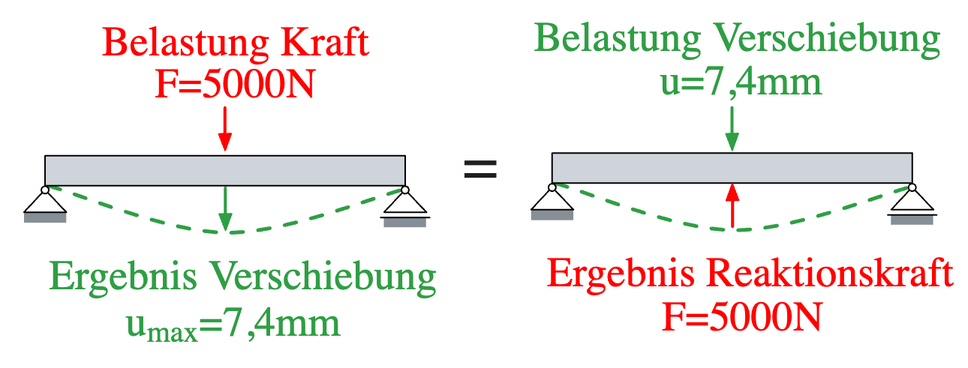
prof-schoenfelder-lab/Strukturmechanik keeps this Excalidraw diagram as docs/P2_Geometrie_Randbedingungen/03_Belastungen/images/Verschiebung_Kraft.excalidraw.png. Above is the earlier version. Source tidied: one line per element, renumbered; positions are measured from the earlier drawing's top-left corner, leaving out a move shared by most shapes. Source of this version:
```json
{"id": 0, "type": "line", "strokeColor": "#2f9e44", "strokeWidth": 2, "strokeStyle": "dashed", "roughness": 0, "round": true, "x": 23, "y": 114, "width": 237, "height": 31, "points": [[0, 0], [118, 31], [237, 2]]}
{"id": 1, "type": "rectangle", "strokeColor": "#000000", "backgroundColor": "#ced4da", "fillStyle": "solid", "strokeWidth": 1, "roughness": 0, "x": 20, "y": 94, "width": 240, "height": 20}
{"id": 2, "type": "rectangle", "strokeColor": "transparent", "strokeWidth": 1, "roughness": 0, "x": 20, "y": 54, "width": 240, "height": 40}
{"id": 3, "type": "rectangle", "strokeColor": "transparent", "strokeWidth": 0.5, "roughness": 0, "x": 20, "y": 134, "width": 240, "height": 60}
{"id": 4, "type": "rectangle", "strokeColor": "transparent", "strokeWidth": 0.5, "roughness": 0, "x": 20, "y": 13, "width": 240, "height": 60}
{"id": 5, "type": "rectangle", "strokeColor": "transparent", "strokeWidth": 1, "roughness": 0, "x": 260, "y": 114, "width": 20, "height": 40}
{"id": 6, "type": "rectangle", "strokeColor": "transparent", "strokeWidth": 1, "roughness": 0, "x": 240, "y": 134, "width": 40, "height": 20}
{"id": 7, "type": "rectangle", "strokeColor": "transparent", "backgroundColor": "#868e96", "fillStyle": "solid", "strokeWidth": 1, "roughness": 0, "x": 246, "y": 135, "width": 28, "height": 7}
{"id": 8, "type": "line", "strokeColor": "#000000", "backgroundColor": "white", "fillStyle": "solid", "strokeWidth": 1, "roughness": 0, "x": 244, "y": 135, "width": 33, "height": 0, "points": [[0, 0], [33, 0]]}
{"id": 9, "type": "line", "strokeColor": "#000000", "backgroundColor": "white", "fillStyle": "solid", "strokeWidth": 1, "roughness": 0, "x": 260, "y": 117, "width": 28, "height": 15, "points": [[0, 0], [14, 14], [-15, 14], [-1, 0]]}
{"id": 10, "type": "ellipse", "strokeColor": "#000000", "backgroundColor": "white", "fillStyle": "solid", "strokeWidth": 1, "roughness": 0, "x": 257, "y": 114, "width": 5, "height": 5}
{"id": 11, "type": "rectangle", "strokeColor": "transparent", "strokeWidth": 1, "roughness": 0, "x": 20, "y": 114, "width": 20, "height": 40}
{"id": 12, "type": "rectangle", "strokeColor": "transparent", "strokeWidth": 1, "roughness": 0, "x": 0, "y": 134, "width": 40, "height": 20}
{"id": 13, "type": "rectangle", "strokeColor": "transparent", "backgroundColor": "#868e96", "fillStyle": "solid", "strokeWidth": 1, "roughness": 0, "x": 6, "y": 132, "width": 28, "height": 7}
{"id": 14, "type": "line", "strokeColor": "#000000", "backgroundColor": "white", "fillStyle": "solid", "strokeWidth": 1, "roughness": 0, "x": 21, "y": 117, "width": 28, "height": 15, "points": [[0, 0], [14, 14], [-15, 14], [-1, 0]]}
{"id": 15, "type": "ellipse", "strokeColor": "#000000", "backgroundColor": "white", "fillStyle": "solid", "strokeWidth": 1, "roughness": 0, "x": 18, "y": 114, "width": 5, "height": 5}
{"id": 16, "type": "line", "strokeColor": "#ff0000", "angle": 6.28, "backgroundColor": "#868e96", "fillStyle": "solid", "strokeWidth": 2, "roughness": 0, "x": 140, "y": 62, "width": 0, "height": 18, "points": [[0, 0], [0, 18]]}
{"id": 17, "type": "line", "strokeColor": "#ff0000", "angle": 6.28, "backgroundColor": "#ff0000", "fillStyle": "solid", "strokeWidth": 1, "roughness": 0, "x": 136, "y": 79, "width": 8, "height": 11, "points": [[0, 0], [4, 11], [8, 0], [0, 0]]}
{"id": 18, "type": "rectangle", "strokeColor": "transparent", "strokeWidth": 1, "roughness": 0, "x": 126, "y": 31, "width": 40, "height": 40}
{"id": 19, "type": "rectangle", "strokeColor": "transparent", "strokeWidth": 1, "roughness": 0, "x": 126, "y": 31, "width": 20, "height": 40}
{"id": 20, "type": "text", "text": "F=5000N", "strokeColor": "#ff0000", "backgroundColor": "#40c057", "fillStyle": "solid", "strokeWidth": 2, "roughness": 0, "fontSize": 28, "fontFamily": 4, "textAlign": "center", "x": 93, "y": 31, "width": 108, "height": 34}
{"id": 21, "type": "line", "strokeColor": "#2f9e44", "angle": 6.28, "backgroundColor": "#2e9f44", "fillStyle": "solid", "strokeWidth": 2, "roughness": 0, "x": 140, "y": 115, "width": 0, "height": 18, "points": [[0, 0], [0, 18]]}
{"id": 22, "type": "line", "strokeColor": "#2f9e44", "angle": 6.28, "backgroundColor": "#2e9f44", "fillStyle": "solid", "strokeWidth": 1, "roughness": 0, "x": 136, "y": 133, "width": 8, "height": 11, "points": [[0, 0], [4, 11], [8, 0], [0, 0]]}
{"id": 23, "type": "text", "text": "Ergebnis Verschiebung", "strokeColor": "#2f9e44", "backgroundColor": "#40c057", "fillStyle": "solid", "strokeWidth": 2, "roughness": 0, "fontSize": 28, "fontFamily": 4, "textAlign": "center", "x": 23, "y": 159, "width": 258, "height": 34}
{"id": 24, "type": "text", "text": "u     =7,4mm", "strokeColor": "#2f9e44", "backgroundColor": "#40c057", "fillStyle": "solid", "strokeWidth": 2, "roughness": 0, "fontSize": 28, "fontFamily": 4, "textAlign": "center", "x": 74, "y": 190, "width": 143, "height": 34}
{"id": 25, "type": "text", "text": "max", "strokeColor": "#2f9e44", "backgroundColor": "#40c057", "fillStyle": "solid", "strokeWidth": 2, "roughness": 0, "fontSize": 20, "fontFamily": 4, "textAlign": "center", "x": 88, "y": 201, "width": 34, "height": 24}
{"id": 26, "type": "rectangle", "strokeColor": "transparent", "strokeWidth": 1, "roughness": 0, "x": 125, "y": 2, "width": 40, "height": 40}
{"id": 27, "type": "rectangle", "strokeColor": "transparent", "strokeWidth": 1, "roughness": 0, "x": 125, "y": 2, "width": 20, "height": 40}
{"id": 28, "type": "text", "text": "Belastung Kraft", "strokeColor": "#ff0000", "backgroundColor": "#40c057", "fillStyle": "solid", "strokeWidth": 2, "roughness": 0, "fontSize": 28, "fontFamily": 4, "textAlign": "center", "x": 58, "y": 3, "width": 178, "height": 34}
{"id": 29, "type": "line", "strokeColor": "#2f9e44", "strokeWidth": 2, "strokeStyle": "dashed", "roughness": 0, "round": true, "x": 360, "y": 112, "width": 237, "height": 31, "points": [[0, 0], [118, 31], [237, 2]]}
{"id": 30, "type": "rectangle", "strokeColor": "#000000", "backgroundColor": "#ced4da", "fillStyle": "solid", "strokeWidth": 1, "roughness": 0, "x": 358, "y": 92, "width": 240, "height": 20}
{"id": 31, "type": "rectangle", "strokeColor": "transparent", "strokeWidth": 1, "roughness": 0, "x": 358, "y": 52, "width": 240, "height": 40}
{"id": 32, "type": "rectangle", "strokeColor": "transparent", "strokeWidth": 0.5, "roughness": 0, "x": 358, "y": 132, "width": 240, "height": 60}
{"id": 33, "type": "rectangle", "strokeColor": "transparent", "strokeWidth": 0.5, "roughness": 0, "x": 358, "y": 11, "width": 240, "height": 60}
{"id": 34, "type": "rectangle", "strokeColor": "transparent", "strokeWidth": 1, "roughness": 0, "x": 598, "y": 112, "width": 20, "height": 40}
{"id": 35, "type": "rectangle", "strokeColor": "transparent", "strokeWidth": 1, "roughness": 0, "x": 578, "y": 132, "width": 40, "height": 20}
{"id": 36, "type": "rectangle", "strokeColor": "transparent", "backgroundColor": "#868e96", "fillStyle": "solid", "strokeWidth": 1, "roughness": 0, "x": 584, "y": 133, "width": 28, "height": 7}
{"id": 37, "type": "line", "strokeColor": "#000000", "backgroundColor": "white", "fillStyle": "solid", "strokeWidth": 1, "roughness": 0, "x": 581, "y": 133, "width": 33, "height": 0, "points": [[0, 0], [33, 0]]}
{"id": 38, "type": "line", "strokeColor": "#000000", "backgroundColor": "white", "fillStyle": "solid", "strokeWidth": 1, "roughness": 0, "x": 598, "y": 115, "width": 28, "height": 15, "points": [[0, 0], [14, 14], [-15, 14], [-1, 0]]}
{"id": 39, "type": "ellipse", "strokeColor": "#000000", "backgroundColor": "white", "fillStyle": "solid", "strokeWidth": 1, "roughness": 0, "x": 595, "y": 113, "width": 5, "height": 5}
{"id": 40, "type": "rectangle", "strokeColor": "transparent", "strokeWidth": 1, "roughness": 0, "x": 358, "y": 112, "width": 20, "height": 40}
{"id": 41, "type": "rectangle", "strokeColor": "transparent", "strokeWidth": 1, "roughness": 0, "x": 338, "y": 132, "width": 40, "height": 20}
{"id": 42, "type": "rectangle", "strokeColor": "transparent", "backgroundColor": "#868e96", "fillStyle": "solid", "strokeWidth": 1, "roughness": 0, "x": 344, "y": 130, "width": 28, "height": 7}
{"id": 43, "type": "line", "strokeColor": "#000000", "backgroundColor": "white", "fillStyle": "solid", "strokeWidth": 1, "roughness": 0, "x": 358, "y": 115, "width": 28, "height": 15, "points": [[0, 0], [14, 14], [-15, 14], [-1, 0]]}
{"id": 44, "type": "ellipse", "strokeColor": "#000000", "backgroundColor": "white", "fillStyle": "solid", "strokeWidth": 1, "roughness": 0, "x": 355, "y": 113, "width": 5, "height": 5}
{"id": 45, "type": "line", "strokeColor": "#ff0000", "angle": 3.14, "backgroundColor": "#868e96", "fillStyle": "solid", "strokeWidth": 2, "roughness": 0, "x": 478, "y": 123, "width": 0, "height": 18, "points": [[0, 0], [0, 18]]}
{"id": 46, "type": "line", "strokeColor": "#ff0000", "angle": 3.14, "backgroundColor": "#ff0000", "fillStyle": "solid", "strokeWidth": 1, "roughness": 0, "x": 474, "y": 113, "width": 8, "height": 11, "points": [[0, 0], [4, 11], [8, 0], [0, 0]]}
{"id": 47, "type": "rectangle", "strokeColor": "transparent", "strokeWidth": 1, "roughness": 0, "x": 463, "y": 186, "width": 40, "height": 40}
{"id": 48, "type": "rectangle", "strokeColor": "transparent", "strokeWidth": 1, "roughness": 0, "x": 463, "y": 186, "width": 20, "height": 40}
{"id": 49, "type": "text", "text": "F=5000N", "strokeColor": "#ff0000", "backgroundColor": "#40c057", "fillStyle": "solid", "strokeWidth": 2, "roughness": 0, "fontSize": 28, "fontFamily": 4, "textAlign": "center", "x": 431, "y": 186, "width": 108, "height": 34}
{"id": 50, "type": "line", "strokeColor": "#2f9e44", "backgroundColor": "#2e9f44", "fillStyle": "solid", "strokeWidth": 2, "roughness": 0, "x": 478, "y": 62, "width": 0, "height": 18, "points": [[0, 0], [0, 18]]}
{"id": 51, "type": "line", "strokeColor": "#2f9e44", "backgroundColor": "#2e9f44", "fillStyle": "solid", "strokeWidth": 1, "roughness": 0, "x": 474, "y": 79, "width": 8, "height": 11, "points": [[0, 0], [4, 11], [8, 0], [0, 0]]}
{"id": 52, "type": "text", "text": "Ergebnis Reaktionskraft", "strokeColor": "#ff0000", "backgroundColor": "#40c057", "fillStyle": "solid", "strokeWidth": 2, "roughness": 0, "fontSize": 28, "fontFamily": 4, "textAlign": "center", "x": 354, "y": 157, "width": 271, "height": 34}
{"id": 53, "type": "text", "text": "u=7,4mm", "strokeColor": "#2f9e44", "backgroundColor": "#40c057", "fillStyle": "solid", "strokeWidth": 2, "roughness": 0, "fontSize": 28, "fontFamily": 4, "textAlign": "center", "x": 430, "y": 29, "width": 108, "height": 34}
{"id": 54, "type": "text", "text": "Belastung Verschiebung", "strokeColor": "#2f9e44", "backgroundColor": "#40c057", "fillStyle": "solid", "strokeWidth": 2, "roughness": 0, "fontSize": 28, "fontFamily": 4, "textAlign": "center", "x": 346, "y": 0, "width": 271, "height": 34}
{"id": 55, "type": "text", "text": "=", "strokeColor": "#1e1e1e", "backgroundColor": "#40c057", "fillStyle": "solid", "strokeWidth": 2, "roughness": 0, "fontSize": 41.6, "fontFamily": 4, "textAlign": "center", "x": 298, "y": 78, "width": 23, "height": 50}
```
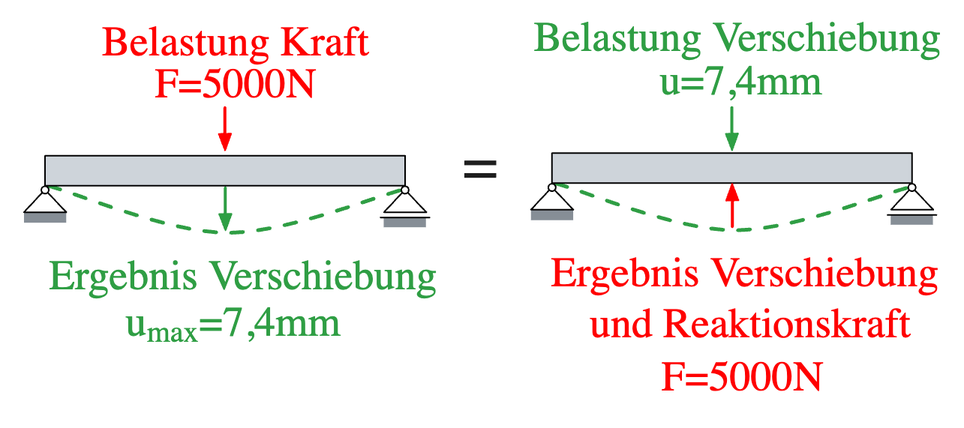
The same diagram one commit later.

Commit message:
Verschiebung als Last img update

Change to the diagram source:
```diff
@@ -45,12 +45,12 @@
 {"id": 44, "type": "ellipse", "strokeColor": "#000000", "backgroundColor": "white", "fillStyle": "solid", "strokeWidth": 1, "roughness": 0, "x": 355, "y": 113, "width": 5, "height": 5}
 {"id": 45, "type": "line", "strokeColor": "#ff0000", "angle": 3.14, "backgroundColor": "#868e96", "fillStyle": "solid", "strokeWidth": 2, "roughness": 0, "x": 478, "y": 123, "width": 0, "height": 18, "points": [[0, 0], [0, 18]]}
 {"id": 46, "type": "line", "strokeColor": "#ff0000", "angle": 3.14, "backgroundColor": "#ff0000", "fillStyle": "solid", "strokeWidth": 1, "roughness": 0, "x": 474, "y": 113, "width": 8, "height": 11, "points": [[0, 0], [4, 11], [8, 0], [0, 0]]}
-{"id": 47, "type": "rectangle", "strokeColor": "transparent", "strokeWidth": 1, "roughness": 0, "x": 463, "y": 186, "width": 40, "height": 40}
+{"id": 47, "type": "rectangle", "strokeColor": "transparent", "strokeWidth": 1, "roughness": 0, "x": 463, "y": 226, "width": 40, "height": 40}
-{"id": 48, "type": "rectangle", "strokeColor": "transparent", "strokeWidth": 1, "roughness": 0, "x": 463, "y": 186, "width": 20, "height": 40}
+{"id": 48, "type": "rectangle", "strokeColor": "transparent", "strokeWidth": 1, "roughness": 0, "x": 463, "y": 226, "width": 20, "height": 40}
-{"id": 49, "type": "text", "text": "F=5000N", "strokeColor": "#ff0000", "backgroundColor": "#40c057", "fillStyle": "solid", "strokeWidth": 2, "roughness": 0, "fontSize": 28, "fontFamily": 4, "textAlign": "center", "x": 431, "y": 186, "width": 108, "height": 34}
+{"id": 49, "type": "text", "text": "F=5000N", "strokeColor": "#ff0000", "backgroundColor": "#40c057", "fillStyle": "solid", "strokeWidth": 2, "roughness": 0, "fontSize": 28.1, "fontFamily": 4, "textAlign": "center", "x": 431, "y": 226, "width": 108, "height": 34}
 {"id": 50, "type": "line", "strokeColor": "#2f9e44", "backgroundColor": "#2e9f44", "fillStyle": "solid", "strokeWidth": 2, "roughness": 0, "x": 478, "y": 62, "width": 0, "height": 18, "points": [[0, 0], [0, 18]]}
 {"id": 51, "type": "line", "strokeColor": "#2f9e44", "backgroundColor": "#2e9f44", "fillStyle": "solid", "strokeWidth": 1, "roughness": 0, "x": 474, "y": 79, "width": 8, "height": 11, "points": [[0, 0], [4, 11], [8, 0], [0, 0]]}
-{"id": 52, "type": "text", "text": "Ergebnis Reaktionskraft", "strokeColor": "#ff0000", "backgroundColor": "#40c057", "fillStyle": "solid", "strokeWidth": 2, "roughness": 0, "fontSize": 28, "fontFamily": 4, "textAlign": "center", "x": 354, "y": 157, "width": 271, "height": 34}
+{"id": 52, "type": "text", "text": "Ergebnis Verschiebung \nund Reaktionskraft", "strokeColor": "#ff0000", "backgroundColor": "#40c057", "fillStyle": "solid", "strokeWidth": 2, "roughness": 0, "fontSize": 28, "fontFamily": 4, "textAlign": "center", "x": 357, "y": 157, "width": 265, "height": 67}
 {"id": 53, "type": "text", "text": "u=7,4mm", "strokeColor": "#2f9e44", "backgroundColor": "#40c057", "fillStyle": "solid", "strokeWidth": 2, "roughness": 0, "fontSize": 28, "fontFamily": 4, "textAlign": "center", "x": 430, "y": 29, "width": 108, "height": 34}
 {"id": 54, "type": "text", "text": "Belastung Verschiebung", "strokeColor": "#2f9e44", "backgroundColor": "#40c057", "fillStyle": "solid", "strokeWidth": 2, "roughness": 0, "fontSize": 28, "fontFamily": 4, "textAlign": "center", "x": 346, "y": 0, "width": 271, "height": 34}
 {"id": 55, "type": "text", "text": "=", "strokeColor": "#1e1e1e", "backgroundColor": "#40c057", "fillStyle": "solid", "strokeWidth": 2, "roughness": 0, "fontSize": 41.6, "fontFamily": 4, "textAlign": "center", "x": 298, "y": 78, "width": 23, "height": 50}
```
